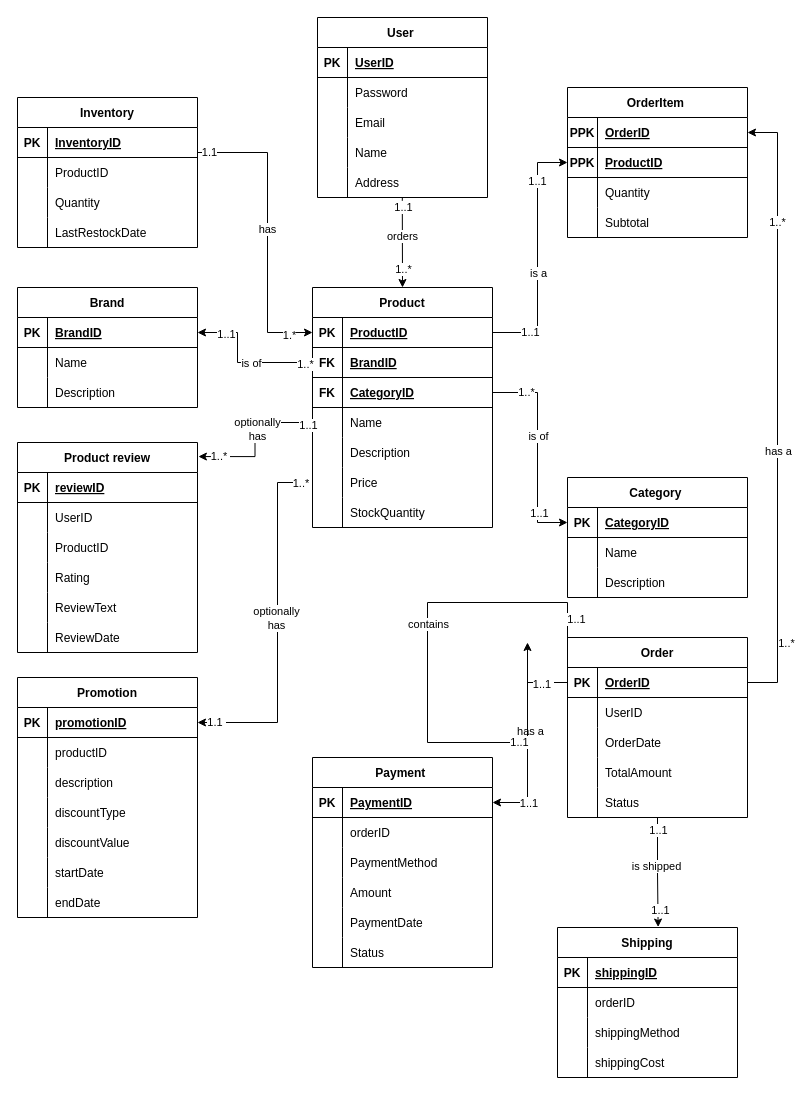
This is page "ER tables" (1 of 8) of database-models/ER models.drawio from emilkle/electromart-ecom-website, a draw.io file, before an edit. Source tidied: cells renumbered, new cells numbered last; positions are measured from the earlier drawing's top-left corner, leaving out a move shared by most shapes. Both pictures are drawn from the tidied source at 100%, with x=0, y=0 at pixel (17, 17).
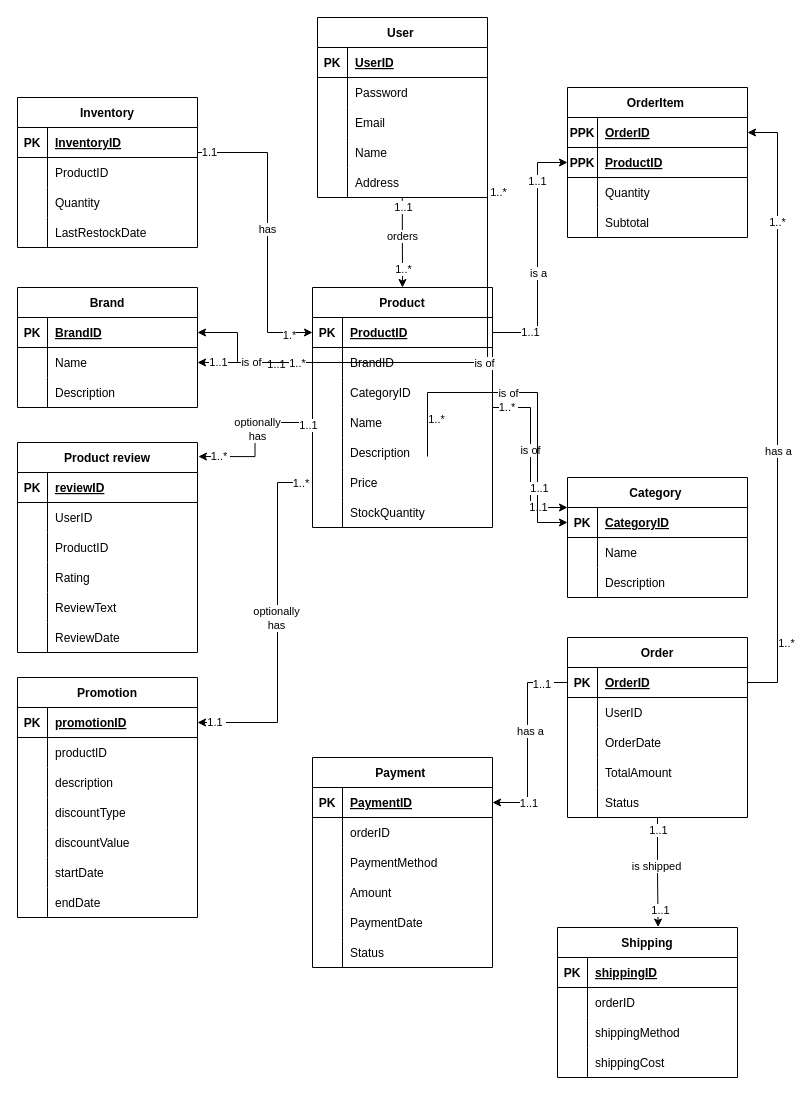
The same diagram, later.

The change refers to these unchanged cells:
```xml
<mxCell id="2" value="Product" style="shape=table;startSize=30;childLayout=tableLayout;rowLines=0;fontStyle=1;align=center;" parent="1" vertex="1">
  <mxGeometry x="295" y="270" width="180" height="240" as="geometry" />
</mxCell>
<mxCell id="24" value="Category " style="shape=table;startSize=30;childLayout=tableLayout;rowLines=0;fontStyle=1;align=center;" parent="1" vertex="1">
  <mxGeometry x="550" y="460" width="180" height="120" as="geometry" />
</mxCell>
<mxCell id="25" style="shape=tableRow;horizontal=0;startSize=0;swimlaneHead=0;swimlaneBody=0;fillColor=none;points=[[0,0.5],[1,0.5]];portConstraint=eastwest;top=0;left=0;right=0;bottom=1;" parent="24" vertex="1">
  <mxGeometry y="30" width="180" height="30" as="geometry" />
</mxCell>
<mxCell id="51" style="shape=tableRow;horizontal=0;startSize=0;swimlaneHead=0;swimlaneBody=0;fillColor=none;points=[[0,0.5],[1,0.5]];portConstraint=eastwest;top=0;left=0;right=0;bottom=1;" parent="50" vertex="1">
  <mxGeometry y="30" width="180" height="30" as="geometry" />
</mxCell>
<mxCell id="54" style="shape=tableRow;horizontal=0;startSize=0;swimlaneHead=0;swimlaneBody=0;fillColor=none;points=[[0,0.5],[1,0.5]];portConstraint=eastwest;top=0;left=0;right=0;bottom=0;" parent="50" vertex="1">
  <mxGeometry y="60" width="180" height="30" as="geometry" />
</mxCell>
<mxCell id="78" style="shape=tableRow;horizontal=0;startSize=0;swimlaneHead=0;swimlaneBody=0;fillColor=none;points=[[0,0.5],[1,0.5]];portConstraint=eastwest;top=0;left=0;right=0;bottom=1;" parent="77" vertex="1">
  <mxGeometry y="30" width="180" height="30" as="geometry" />
</mxCell>
```

Diff of the diagram source:
```diff
@@
+    <mxCell id="219" style="edgeStyle=orthogonalEdgeStyle;rounded=0;jettySize=auto;html=1;entryX=0;entryY=0.25;entryDx=0;entryDy=0;" parent="1" edge="1" source="2" target="24">
+      <mxGeometry relative="1" as="geometry">
+        <Array as="points">
+          <mxPoint x="513" y="390" />
+          <mxPoint x="513" y="490" />
+        </Array>
+      </mxGeometry>
+    </mxCell>
+    <mxCell id="220" value="1..*&amp;nbsp;" style="edgeLabel;html=1;align=center;verticalAlign=middle;" parent="219" vertex="1">
+      <mxGeometry x="-0.83" y="1" relative="1" as="geometry" />
+    </mxCell>
+    <mxCell id="221" value="is of" style="edgeLabel;html=1;align=center;verticalAlign=middle;" parent="219" vertex="1">
+      <mxGeometry x="-0.09" y="-1" relative="1" as="geometry" />
+    </mxCell>
+    <mxCell id="222" value="1..1" style="edgeLabel;html=1;align=center;verticalAlign=middle;" parent="219" vertex="1">
+      <mxGeometry x="0.66" y="1" relative="1" as="geometry" />
+    </mxCell>
@@
-    <mxCell id="6" style="shape=tableRow;horizontal=0;startSize=0;swimlaneHead=0;swimlaneBody=0;fillColor=none;points=[[0,0.5],[1,0.5]];portConstraint=eastwest;top=0;left=0;right=0;bottom=1;" parent="2" vertex="1">
-      <mxGeometry y="60" width="180" height="30" as="geometry" />
-    </mxCell>
-    <mxCell id="7" value="FK" style="shape=partialRectangle;fillColor=none;top=0;left=0;bottom=0;right=0;fontStyle=1;overflow=hidden;" parent="6" vertex="1">
-      <mxGeometry width="30" height="30" as="geometry" />
-    </mxCell>
+    <mxCell id="223" style="shape=tableRow;horizontal=0;startSize=0;swimlaneHead=0;swimlaneBody=0;fillColor=none;points=[[0,0.5],[1,0.5]];portConstraint=eastwest;top=0;left=0;right=0;bottom=0;" parent="2" vertex="1">
+      <mxGeometry y="60" width="180" height="30" as="geometry" />
+    </mxCell>
+    <mxCell id="224" style="shape=partialRectangle;fillColor=none;top=0;left=0;bottom=0;right=0;overflow=hidden;" parent="223" vertex="1">
+      <mxGeometry width="30" height="30" as="geometry" />
+    </mxCell>
-    <mxCell id="8" value="BrandID" style="shape=partialRectangle;fillColor=none;top=0;left=0;bottom=0;right=0;align=left;spacingLeft=6;fontStyle=5;overflow=hidden;" parent="6" vertex="1">
+    <mxCell id="8" value="BrandID" style="shape=partialRectangle;fillColor=none;top=0;left=0;bottom=0;right=0;align=left;spacingLeft=6;overflow=hidden;" parent="223" vertex="1">
       <mxGeometry x="30" width="150" height="30" as="geometry" />
     </mxCell>
-    <mxCell id="9" style="shape=tableRow;horizontal=0;startSize=0;swimlaneHead=0;swimlaneBody=0;fillColor=none;points=[[0,0.5],[1,0.5]];portConstraint=eastwest;top=0;left=0;right=0;bottom=1;" parent="2" vertex="1">
-      <mxGeometry y="90" width="180" height="30" as="geometry" />
-    </mxCell>
-    <mxCell id="10" value="FK" style="shape=partialRectangle;fillColor=none;top=0;left=0;bottom=0;right=0;fontStyle=1;overflow=hidden;" parent="9" vertex="1">
-      <mxGeometry width="30" height="30" as="geometry" />
-    </mxCell>
+    <mxCell id="225" style="shape=tableRow;horizontal=0;startSize=0;swimlaneHead=0;swimlaneBody=0;fillColor=none;top=0;left=0;right=0;bottom=0;" parent="2" vertex="1">
+      <mxGeometry y="90" width="180" height="30" as="geometry" />
+    </mxCell>
+    <mxCell id="226" style="shape=partialRectangle;fillColor=none;top=0;left=0;bottom=0;right=0;overflow=hidden;" parent="225" vertex="1">
+      <mxGeometry width="30" height="30" as="geometry" />
+    </mxCell>
-    <mxCell id="11" value="CategoryID" style="shape=partialRectangle;fillColor=none;top=0;left=0;bottom=0;right=0;align=left;spacingLeft=6;fontStyle=5;overflow=hidden;" parent="9" vertex="1">
+    <mxCell id="11" value="CategoryID" style="shape=partialRectangle;fillColor=none;top=0;left=0;bottom=0;right=0;align=left;spacingLeft=6;overflow=hidden;" parent="225" vertex="1">
       <mxGeometry x="30" width="150" height="30" as="geometry" />
     </mxCell>
@@
-    <mxCell id="116" style="edgeStyle=orthogonalEdgeStyle;rounded=0;jettySize=auto;html=1;entryX=1;entryY=0.5;entryDx=0;entryDy=0;exitX=0;exitY=0.5;exitDx=0;exitDy=0;" parent="1" edge="1" source="6" target="51">
+    <mxCell id="116" style="edgeStyle=orthogonalEdgeStyle;rounded=0;jettySize=auto;html=1;entryX=1;entryY=0.5;entryDx=0;entryDy=0;exitX=0;exitY=0.5;exitDx=0;exitDy=0;" parent="1" edge="1" target="51">
       <mxGeometry relative="1" as="geometry">
+        <mxPoint x="470" y="110" as="sourcePoint" />
         <Array as="points">
           <mxPoint x="220" y="345" />
           <mxPoint x="220" y="315" />
         </Array>
       </mxGeometry>
     </mxCell>
@@
-    <mxCell id="120" style="edgeStyle=orthogonalEdgeStyle;rounded=0;jettySize=auto;html=1;entryX=0;entryY=0.5;entryDx=0;entryDy=0;exitX=1;exitY=0.5;exitDx=0;exitDy=0;" parent="1" edge="1" source="9" target="25">
+    <mxCell id="120" style="edgeStyle=orthogonalEdgeStyle;rounded=0;jettySize=auto;html=1;entryX=0;entryY=0.5;entryDx=0;entryDy=0;exitX=1;exitY=0.5;exitDx=0;exitDy=0;" parent="1" edge="1" target="25">
       <mxGeometry relative="1" as="geometry">
+        <mxPoint x="410" y="439" as="sourcePoint" />
         <Array as="points">
           <mxPoint x="520" y="375" />
           <mxPoint x="520" y="505" />
         </Array>
       </mxGeometry>
     </mxCell>
@@
-    <mxCell id="132" style="edgeStyle=orthogonalEdgeStyle;rounded=0;jettySize=auto;html=1;exitX=0;exitY=0.5;exitDx=0;exitDy=0;entryX=1;entryY=0.5;entryDx=0;entryDy=0;" parent="1" edge="1" source="78">
-      <mxGeometry relative="1" as="geometry">
-        <mxPoint x="510" y="625" as="targetPoint" />
-        <Array as="points">
-          <mxPoint x="410" y="585" />
-          <mxPoint x="410" y="725" />
-        </Array>
-      </mxGeometry>
-    </mxCell>
-    <mxCell id="133" value="1..1" style="edgeLabel;html=1;align=center;verticalAlign=middle;" parent="132" vertex="1">
-      <mxGeometry x="-0.77" y="1" relative="1" as="geometry">
-        <mxPoint x="9" as="offset" />
-      </mxGeometry>
-    </mxCell>
-    <mxCell id="134" value="1..1" style="edgeLabel;html=1;align=center;verticalAlign=middle;" parent="132" vertex="1">
-      <mxGeometry x="0.61" y="1" relative="1" as="geometry" />
-    </mxCell>
-    <mxCell id="135" value="contains" style="edgeLabel;html=1;align=center;verticalAlign=middle;" parent="132" vertex="1">
-      <mxGeometry x="-0.14" relative="1" as="geometry" />
-    </mxCell>
@@
+    <mxCell id="227" style="edgeStyle=orthogonalEdgeStyle;rounded=0;jettySize=auto;html=1;entryX=1;entryY=0.5;entryDx=0;entryDy=0;" parent="1" edge="1" source="223" target="54">
+      <mxGeometry relative="1" as="geometry" />
+    </mxCell>
+    <mxCell id="228" value="is of" style="edgeLabel;html=1;align=center;verticalAlign=middle;" parent="227" vertex="1">
+      <mxGeometry x="0.08" y="-1" relative="1" as="geometry" />
+    </mxCell>
+    <mxCell id="229" value="1..*" style="edgeLabel;html=1;align=center;verticalAlign=middle;" parent="227" vertex="1">
+      <mxGeometry x="-0.72" relative="1" as="geometry" />
+    </mxCell>
+    <mxCell id="230" value="1..1" style="edgeLabel;html=1;align=center;verticalAlign=middle;" parent="227" vertex="1">
+      <mxGeometry x="0.75" y="-1" relative="1" as="geometry">
+        <mxPoint x="6" as="offset" />
+      </mxGeometry>
+    </mxCell>
```
